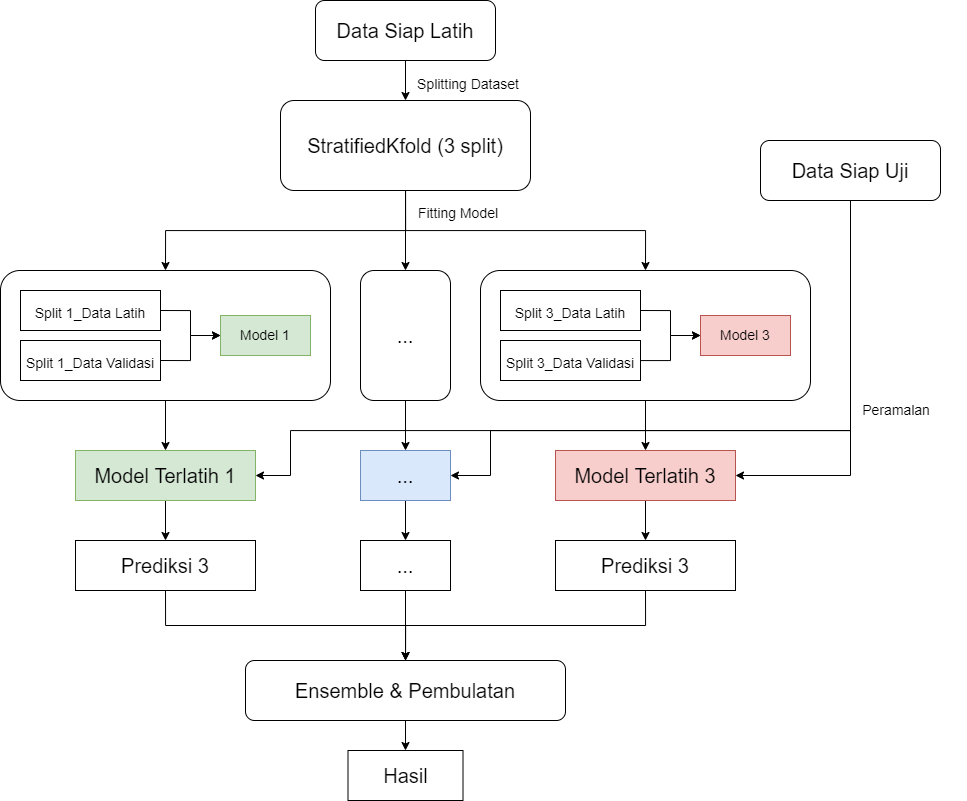
Before: assets/modelling-age.png, a diagram exported from draw.io (Hyuto/bdc-2021). Source tidied: cells renumbered, new cells last; positions are measured from the earlier drawing's top-left corner, leaving out a move shared by most shapes.
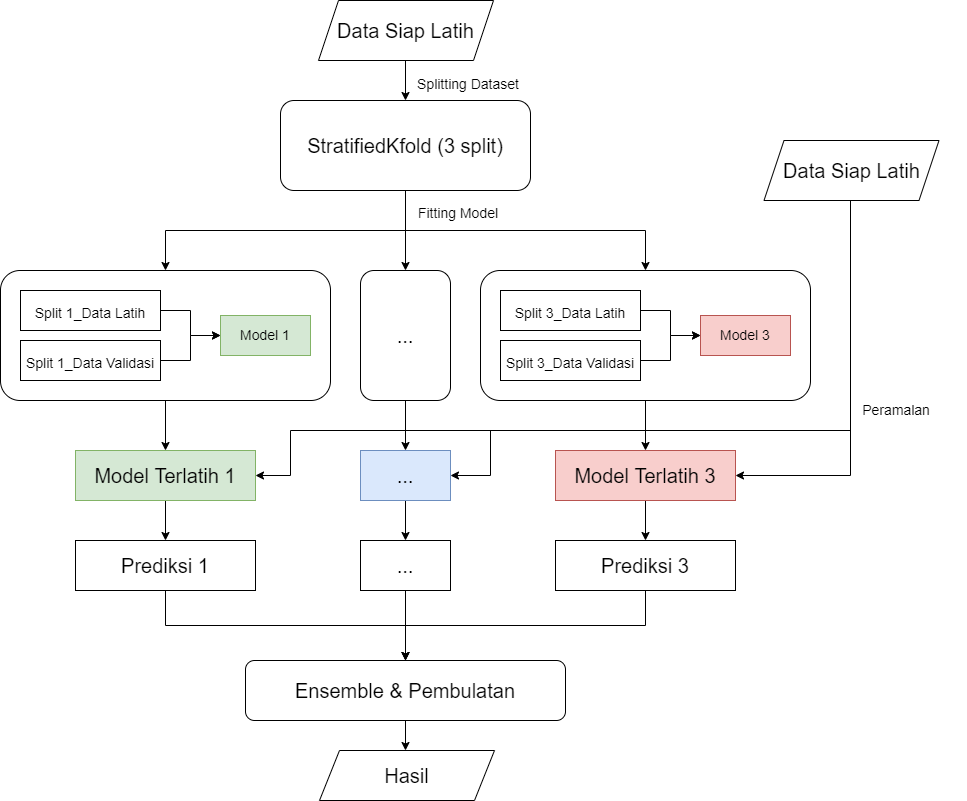
The same diagram one commit later.

Change to the diagram source:
```diff
@@ -2,17 +2,22 @@
   <root>
     <mxCell id="0" />
     <mxCell id="1" parent="0" />
-    <mxCell id="2" style="edgeStyle=orthogonalEdgeStyle;rounded=0;jettySize=auto;html=1;fontSize=14;" parent="1" edge="1" source="3" target="11">
-      <mxGeometry relative="1" as="geometry" />
+    <mxCell id="2" style="edgeStyle=orthogonalEdgeStyle;rounded=0;jettySize=auto;html=1;fontSize=14;" parent="1" edge="1" target="11">
+      <mxGeometry relative="1" as="geometry">
+        <mxPoint x="405" y="60" as="sourcePoint" />
+      </mxGeometry>
     </mxCell>
-    <mxCell id="3" value="Data Siap Latih" style="rounded=1;whiteSpace=wrap;html=1;fontSize=20;" parent="1" vertex="1">
-      <mxGeometry x="315" width="180" height="60" as="geometry" />
-    </mxCell>
-    <mxCell id="4" style="edgeStyle=orthogonalEdgeStyle;rounded=0;jettySize=auto;html=1;exitX=0.5;exitY=1;exitDx=0;exitDy=0;entryX=1;entryY=0.5;entryDx=0;entryDy=0;fontSize=20;" parent="1" edge="1" source="7" target="32">
-      <mxGeometry relative="1" as="geometry" />
+    <mxCell id="4" style="edgeStyle=orthogonalEdgeStyle;rounded=0;jettySize=auto;html=1;exitX=0.5;exitY=1;exitDx=0;exitDy=0;entryX=1;entryY=0.5;entryDx=0;entryDy=0;fontSize=20;" parent="1" edge="1" target="32">
+      <mxGeometry relative="1" as="geometry">
+        <mxPoint x="850" y="200" as="sourcePoint" />
+        <Array as="points">
+          <mxPoint x="850" y="475" />
+        </Array>
+      </mxGeometry>
     </mxCell>
-    <mxCell id="5" style="edgeStyle=orthogonalEdgeStyle;rounded=0;jettySize=auto;html=1;exitX=0.5;exitY=1;exitDx=0;exitDy=0;entryX=1;entryY=0.5;entryDx=0;entryDy=0;fontSize=20;" parent="1" edge="1" source="7" target="34">
+    <mxCell id="5" style="edgeStyle=orthogonalEdgeStyle;rounded=0;jettySize=auto;html=1;exitX=0.5;exitY=1;exitDx=0;exitDy=0;entryX=1;entryY=0.5;entryDx=0;entryDy=0;fontSize=20;" parent="1" edge="1" target="34">
       <mxGeometry relative="1" as="geometry">
+        <mxPoint x="850" y="200" as="sourcePoint" />
         <Array as="points">
           <mxPoint x="850" y="430" />
           <mxPoint x="490" y="430" />
@@ -20,8 +25,9 @@
         </Array>
       </mxGeometry>
     </mxCell>
-    <mxCell id="6" style="edgeStyle=orthogonalEdgeStyle;rounded=0;jettySize=auto;html=1;exitX=0.5;exitY=1;exitDx=0;exitDy=0;entryX=1;entryY=0.5;entryDx=0;entryDy=0;fontSize=20;" parent="1" edge="1" source="7" target="30">
+    <mxCell id="6" style="edgeStyle=orthogonalEdgeStyle;rounded=0;jettySize=auto;html=1;exitX=0.5;exitY=1;exitDx=0;exitDy=0;entryX=1;entryY=0.5;entryDx=0;entryDy=0;fontSize=20;" parent="1" edge="1" target="30">
       <mxGeometry relative="1" as="geometry">
+        <mxPoint x="850" y="200" as="sourcePoint" />
         <Array as="points">
           <mxPoint x="850" y="430" />
           <mxPoint x="290" y="430" />
@@ -29,9 +35,6 @@
         </Array>
       </mxGeometry>
     </mxCell>
-    <mxCell id="7" value="Data Siap Uji" style="rounded=1;whiteSpace=wrap;html=1;fontSize=20;" parent="1" vertex="1">
-      <mxGeometry x="760" y="140" width="180" height="60" as="geometry" />
-    </mxCell>
     <mxCell id="8" style="edgeStyle=orthogonalEdgeStyle;rounded=0;jettySize=auto;html=1;entryX=0.5;entryY=0;entryDx=0;entryDy=0;fontSize=14;" parent="1" edge="1" source="11" target="13">
       <mxGeometry relative="1" as="geometry" />
     </mxCell>
@@ -118,7 +121,7 @@
     <mxCell id="35" style="edgeStyle=orthogonalEdgeStyle;rounded=0;jettySize=auto;html=1;exitX=0.5;exitY=1;exitDx=0;exitDy=0;fontSize=20;" parent="1" edge="1" source="36" target="42">
       <mxGeometry relative="1" as="geometry" />
     </mxCell>
-    <mxCell id="36" value="&lt;font style=&quot;font-size: 20px&quot;&gt;Prediksi 3&lt;/font&gt;" style="rounded=0;whiteSpace=wrap;html=1;fontSize=20;align=center;" parent="1" vertex="1">
+    <mxCell id="36" value="&lt;font style=&quot;font-size: 20px&quot;&gt;Prediksi 1&lt;/font&gt;" style="rounded=0;whiteSpace=wrap;html=1;fontSize=20;align=center;" parent="1" vertex="1">
       <mxGeometry x="75" y="540" width="180" height="50" as="geometry" />
     </mxCell>
     <mxCell id="37" style="edgeStyle=orthogonalEdgeStyle;rounded=0;jettySize=auto;html=1;exitX=0.5;exitY=1;exitDx=0;exitDy=0;entryX=0.5;entryY=0;entryDx=0;entryDy=0;fontSize=20;" parent="1" edge="1" source="38" target="42">
@@ -133,15 +136,14 @@
     <mxCell id="40" value="&lt;font style=&quot;font-size: 20px&quot;&gt;...&lt;/font&gt;" style="rounded=0;whiteSpace=wrap;html=1;fontSize=20;align=center;" parent="1" vertex="1">
       <mxGeometry x="360" y="540" width="90" height="50" as="geometry" />
     </mxCell>
-    <mxCell id="41" style="edgeStyle=orthogonalEdgeStyle;rounded=0;jettySize=auto;html=1;exitX=0.5;exitY=1;exitDx=0;exitDy=0;entryX=0.5;entryY=0;entryDx=0;entryDy=0;fontSize=20;" parent="1" edge="1" source="42" target="43">
-      <mxGeometry relative="1" as="geometry" />
+    <mxCell id="41" style="edgeStyle=orthogonalEdgeStyle;rounded=0;jettySize=auto;html=1;exitX=0.5;exitY=1;exitDx=0;exitDy=0;entryX=0.5;entryY=0;entryDx=0;entryDy=0;fontSize=20;" parent="1" edge="1" source="42">
+      <mxGeometry relative="1" as="geometry">
+        <mxPoint x="405" y="750" as="targetPoint" />
+      </mxGeometry>
     </mxCell>
     <mxCell id="42" value="Ensemble &amp;amp; Pembulatan" style="rounded=1;whiteSpace=wrap;html=1;fontSize=20;" parent="1" vertex="1">
       <mxGeometry x="245" y="660" width="320" height="60" as="geometry" />
     </mxCell>
-    <mxCell id="43" value="Hasil" style="rounded=0;whiteSpace=wrap;html=1;fontSize=20;align=center;" parent="1" vertex="1">
-      <mxGeometry x="347.5" y="750" width="115" height="50" as="geometry" />
-    </mxCell>
     <mxCell id="44" value="&lt;font style=&quot;font-size: 14px&quot;&gt;Splitting Dataset&lt;/font&gt;" style="text;html=1;strokeColor=none;fillColor=none;align=center;verticalAlign=middle;whiteSpace=wrap;rounded=0;fontSize=20;" parent="1" vertex="1">
       <mxGeometry x="398" y="66" width="140" height="30" as="geometry" />
     </mxCell>
@@ -151,5 +153,14 @@
     <mxCell id="46" value="&lt;font style=&quot;font-size: 14px&quot;&gt;Peramalan&lt;/font&gt;" style="text;html=1;strokeColor=none;fillColor=none;align=center;verticalAlign=middle;whiteSpace=wrap;rounded=0;fontSize=20;" parent="1" vertex="1">
       <mxGeometry x="826" y="392" width="140" height="30" as="geometry" />
     </mxCell>
+    <mxCell id="47" value="Data Siap Latih" style="shape=parallelogram;perimeter=parallelogramPerimeter;whiteSpace=wrap;html=1;fixedSize=1;fontSize=20;" parent="1" vertex="1">
+      <mxGeometry x="318" width="175" height="60" as="geometry" />
+    </mxCell>
+    <mxCell id="48" value="Data Siap Latih" style="shape=parallelogram;perimeter=parallelogramPerimeter;whiteSpace=wrap;html=1;fixedSize=1;fontSize=20;" parent="1" vertex="1">
+      <mxGeometry x="763.5" y="140" width="175" height="60" as="geometry" />
+    </mxCell>
+    <mxCell id="43" value="Hasil" style="shape=parallelogram;perimeter=parallelogramPerimeter;whiteSpace=wrap;html=1;fixedSize=1;fontSize=20;" parent="1" vertex="1">
+      <mxGeometry x="319" y="750" width="175" height="50" as="geometry" />
+    </mxCell>
   </root>
 </mxGraphModel>
```
